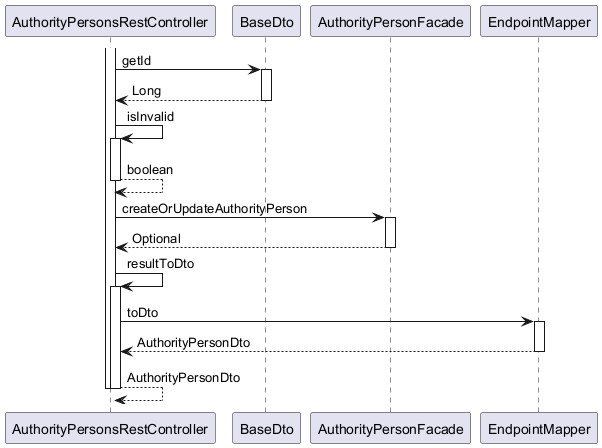
Above: ingress/documentation/html/images/Organization.AuthorityPerson.updatePerson.puml.png.png in OlegSopilnyak/school-demo (PlantUML), before the change. Source of this version:
```plantuml
@startuml

participant AuthorityPersonsRestController
participant BaseDto
participant AuthorityPersonFacade
participant EndpointMapper

activate AuthorityPersonsRestController
	AuthorityPersonsRestController -> BaseDto : getId
	activate BaseDto
		BaseDto --> AuthorityPersonsRestController : Long
	deactivate BaseDto
	AuthorityPersonsRestController -> AuthorityPersonsRestController : isInvalid
	activate AuthorityPersonsRestController
		AuthorityPersonsRestController --> AuthorityPersonsRestController : boolean
	deactivate AuthorityPersonsRestController
	AuthorityPersonsRestController -> AuthorityPersonFacade : createOrUpdateAuthorityPerson
	activate AuthorityPersonFacade
		AuthorityPersonFacade --> AuthorityPersonsRestController : Optional
	deactivate AuthorityPersonFacade
	AuthorityPersonsRestController -> AuthorityPersonsRestController : resultToDto
	activate AuthorityPersonsRestController
		AuthorityPersonsRestController -> EndpointMapper : toDto
		activate EndpointMapper
			EndpointMapper --> AuthorityPersonsRestController : AuthorityPersonDto
		deactivate EndpointMapper
		AuthorityPersonsRestController --> AuthorityPersonsRestController : AuthorityPersonDto
	deactivate AuthorityPersonsRestController
deactivate AuthorityPersonsRestController

@enduml
```
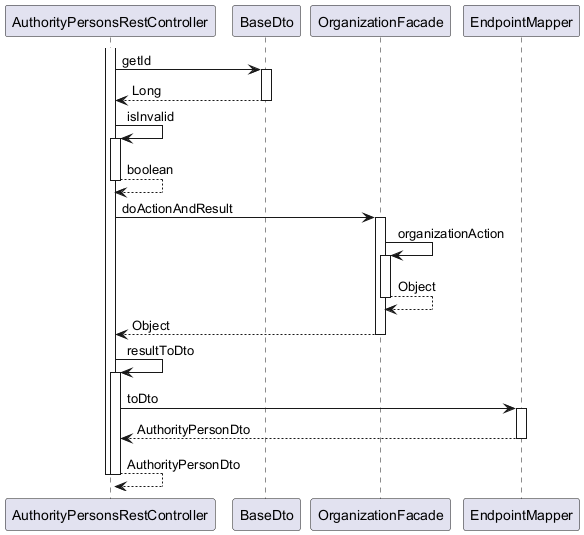
The same file after the commit.

What changed in the source:
```diff
@@ -2,7 +2,7 @@
 
 participant AuthorityPersonsRestController
 participant BaseDto
-participant AuthorityPersonFacade
+participant OrganizationFacade
 participant EndpointMapper
 
 activate AuthorityPersonsRestController
@@ -14,10 +14,14 @@
 	activate AuthorityPersonsRestController
 		AuthorityPersonsRestController --> AuthorityPersonsRestController : boolean
 	deactivate AuthorityPersonsRestController
-	AuthorityPersonsRestController -> AuthorityPersonFacade : createOrUpdateAuthorityPerson
-	activate AuthorityPersonFacade
-		AuthorityPersonFacade --> AuthorityPersonsRestController : Optional
-	deactivate AuthorityPersonFacade
+	AuthorityPersonsRestController -> OrganizationFacade : doActionAndResult
+	activate OrganizationFacade
+		OrganizationFacade -> OrganizationFacade : organizationAction
+		activate OrganizationFacade
+			OrganizationFacade --> OrganizationFacade : Object
+		deactivate OrganizationFacade
+		OrganizationFacade --> AuthorityPersonsRestController : Object
+	deactivate OrganizationFacade
 	AuthorityPersonsRestController -> AuthorityPersonsRestController : resultToDto
 	activate AuthorityPersonsRestController
 		AuthorityPersonsRestController -> EndpointMapper : toDto
```
